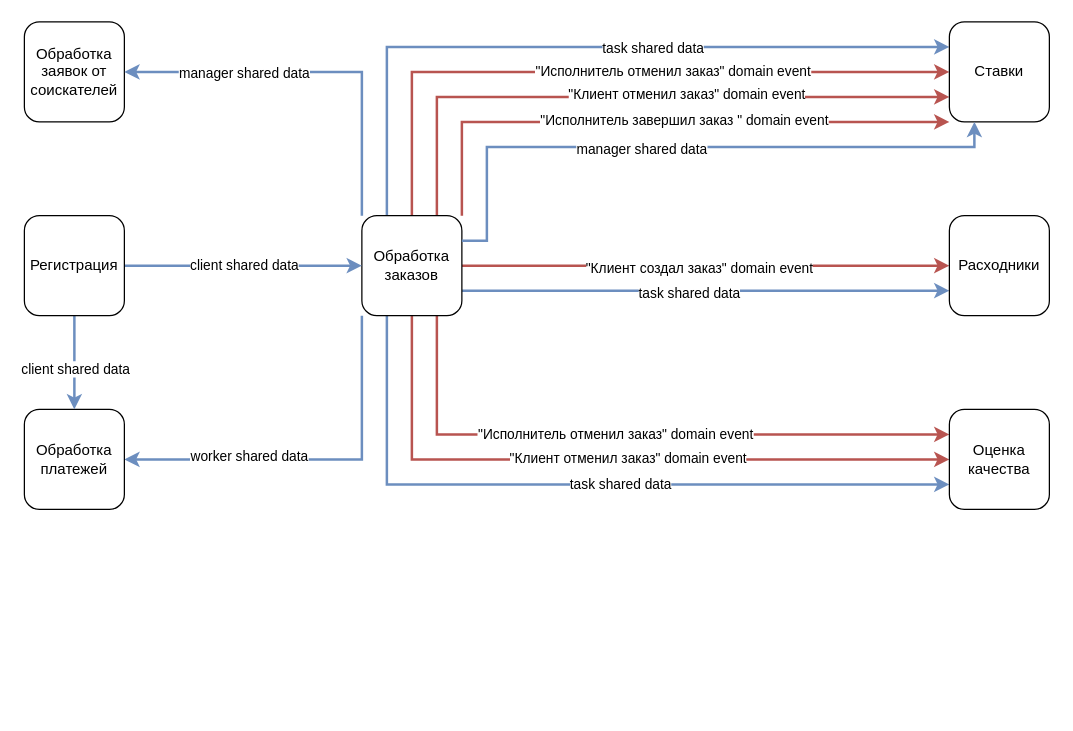
The draw.io diagram hw2/data-model/dm.drawio in mikhaildruzhinin/tough-dev-school-system-analysis, before the edit. Source tidied: cells renumbered, new cells numbered last; positions are measured from the earlier drawing's top-left corner, leaving out a move shared by most shapes. Both pictures are drawn from the tidied source at 125%, with x=0, y=0 at pixel (24, 21).
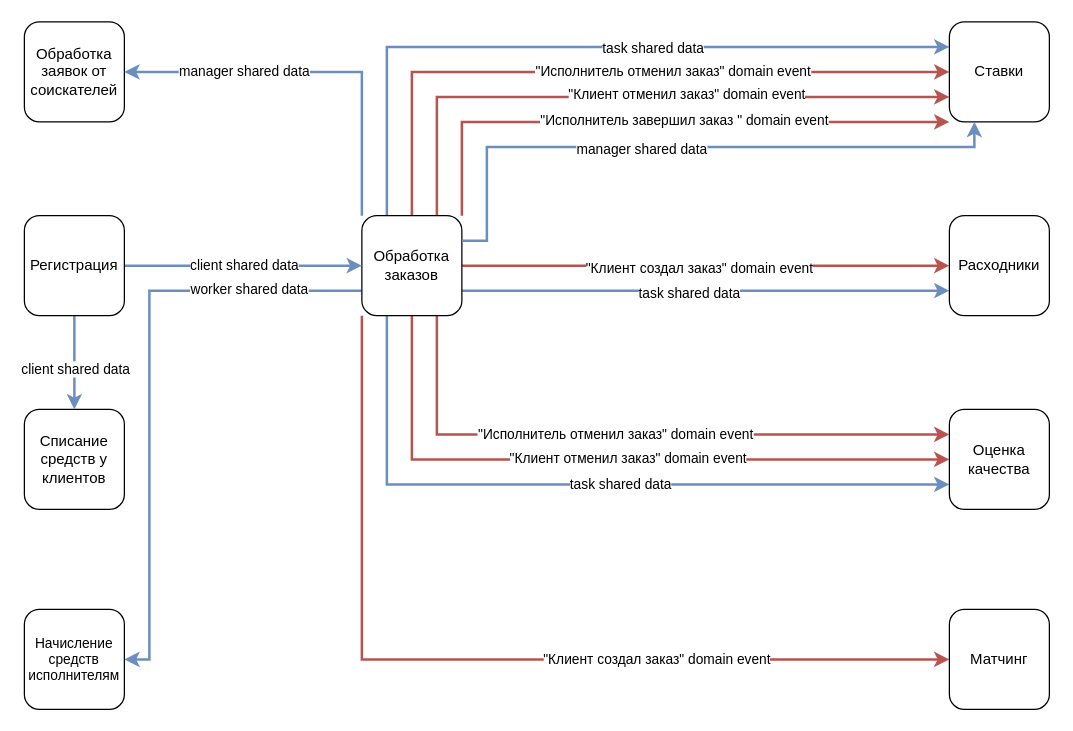
The same diagram, later.

The change refers to these unchanged cells:
```xml
<mxCell id="21" style="edgeStyle=orthogonalEdgeStyle;rounded=0;jettySize=auto;html=1;entryX=1;entryY=0.5;entryDx=0;entryDy=0;exitX=0;exitY=0;exitDx=0;exitDy=0;strokeColor=#6c8ebf;strokeWidth=2;align=center;verticalAlign=middle;fontFamily=Helvetica;fontSize=11;fontColor=default;labelBackgroundColor=default;endArrow=classic;fillColor=#dae8fc;" parent="1" edge="1" source="25" target="2">
  <mxGeometry relative="1" as="geometry" />
</mxCell>
<mxCell id="25" value="Обработка заказов" style="whiteSpace=wrap;html=1;rounded=1;strokeColor=default;align=center;verticalAlign=middle;fontFamily=Helvetica;fontSize=12;fontColor=default;fillColor=default;" parent="1" vertex="1">
  <mxGeometry x="270" y="155" width="80" height="80" as="geometry" />
</mxCell>
```

Diff of the diagram source:
```diff
@@
     <mxCell id="22" value="manager shared data" style="edgeLabel;html=1;align=center;verticalAlign=middle;rounded=0;strokeColor=#6c8ebf;strokeWidth=2;fontFamily=Helvetica;fontSize=11;fontColor=default;labelBackgroundColor=default;fillColor=#dae8fc;" parent="21" vertex="1">
       <mxGeometry x="0.38" y="2" relative="1" as="geometry">
-        <mxPoint y="-2" as="offset" />
+        <mxPoint y="-3" as="offset" />
       </mxGeometry>
     </mxCell>
-    <mxCell id="23" style="edgeStyle=orthogonalEdgeStyle;rounded=0;jettySize=auto;html=1;entryX=1;entryY=0.5;entryDx=0;entryDy=0;exitX=0;exitY=1;exitDx=0;exitDy=0;strokeColor=#6c8ebf;strokeWidth=2;align=center;verticalAlign=middle;fontFamily=Helvetica;fontSize=11;fontColor=default;labelBackgroundColor=default;endArrow=classic;fillColor=#dae8fc;" parent="1" edge="1" source="25" target="27">
-      <mxGeometry relative="1" as="geometry">
-        <Array as="points">
-          <mxPoint x="270" y="350" />
-        </Array>
-      </mxGeometry>
-    </mxCell>
+    <mxCell id="37" style="edgeStyle=orthogonalEdgeStyle;rounded=0;jettySize=auto;html=1;exitX=0;exitY=0.75;exitDx=0;exitDy=0;entryX=1;entryY=0.5;entryDx=0;entryDy=0;strokeColor=#6c8ebf;strokeWidth=2;align=center;verticalAlign=middle;fontFamily=Helvetica;fontSize=11;fontColor=default;labelBackgroundColor=default;endArrow=classic;fillColor=#dae8fc;" parent="1" edge="1" source="25" target="41">
+      <mxGeometry relative="1" as="geometry">
+        <Array as="points">
+          <mxPoint x="100" y="215" />
+          <mxPoint x="100" y="510" />
+        </Array>
+      </mxGeometry>
+    </mxCell>
-    <mxCell id="24" value="worker shared data" style="edgeLabel;html=1;align=center;verticalAlign=middle;rounded=0;strokeColor=#6c8ebf;strokeWidth=2;fontFamily=Helvetica;fontSize=11;fontColor=default;labelBackgroundColor=default;fillColor=#dae8fc;" parent="23" vertex="1">
-      <mxGeometry x="-0.47" relative="1" as="geometry">
-        <mxPoint x="-91" y="31" as="offset" />
+    <mxCell id="24" value="worker shared data" style="edgeLabel;html=1;align=center;verticalAlign=middle;" parent="37" vertex="1">
+      <mxGeometry x="-0.33" y="-2" relative="1" as="geometry">
+        <mxPoint x="71" as="offset" />
       </mxGeometry>
     </mxCell>
+    <mxCell id="38" style="edgeStyle=orthogonalEdgeStyle;rounded=0;jettySize=auto;html=1;exitX=0;exitY=1;exitDx=0;exitDy=0;entryX=0;entryY=0.5;entryDx=0;entryDy=0;strokeColor=#b85450;strokeWidth=2;align=center;verticalAlign=middle;fontFamily=Helvetica;fontSize=11;fontColor=default;labelBackgroundColor=default;endArrow=classic;fillColor=#f8cecc;" parent="1" edge="1" source="25" target="40">
+      <mxGeometry relative="1" as="geometry" />
+    </mxCell>
+    <mxCell id="39" value="&quot;Клиент создал заказ&quot; domain event" style="edgeLabel;html=1;align=center;verticalAlign=middle;" parent="38" vertex="1">
+      <mxGeometry x="0.37" y="-2" relative="1" as="geometry">
+        <mxPoint y="-3" as="offset" />
+      </mxGeometry>
+    </mxCell>
@@
-    <mxCell id="27" value="Обработка платежей" style="whiteSpace=wrap;html=1;rounded=1;strokeColor=default;align=center;verticalAlign=middle;fontFamily=Helvetica;fontSize=12;fontColor=default;fillColor=default;" parent="1" vertex="1">
+    <mxCell id="27" value="Списание средств у клиентов" style="whiteSpace=wrap;html=1;rounded=1;strokeColor=default;align=center;verticalAlign=middle;fontFamily=Helvetica;fontSize=12;fontColor=default;fillColor=default;" parent="1" vertex="1">
       <mxGeometry y="310" width="80" height="80" as="geometry" />
     </mxCell>
@@
+    <mxCell id="40" value="Матчинг" style="whiteSpace=wrap;html=1;rounded=1;strokeColor=default;align=center;verticalAlign=middle;fontFamily=Helvetica;fontSize=12;fontColor=default;fillColor=default;" parent="1" vertex="1">
+      <mxGeometry x="740" y="470" width="80" height="80" as="geometry" />
+    </mxCell>
+    <mxCell id="41" value="Начисление средств исполнителям" style="whiteSpace=wrap;html=1;rounded=1;strokeColor=default;align=center;verticalAlign=middle;fontFamily=Helvetica;fontSize=11;fontColor=default;fillColor=default;" parent="1" vertex="1">
+      <mxGeometry y="470" width="80" height="80" as="geometry" />
+    </mxCell>
```
